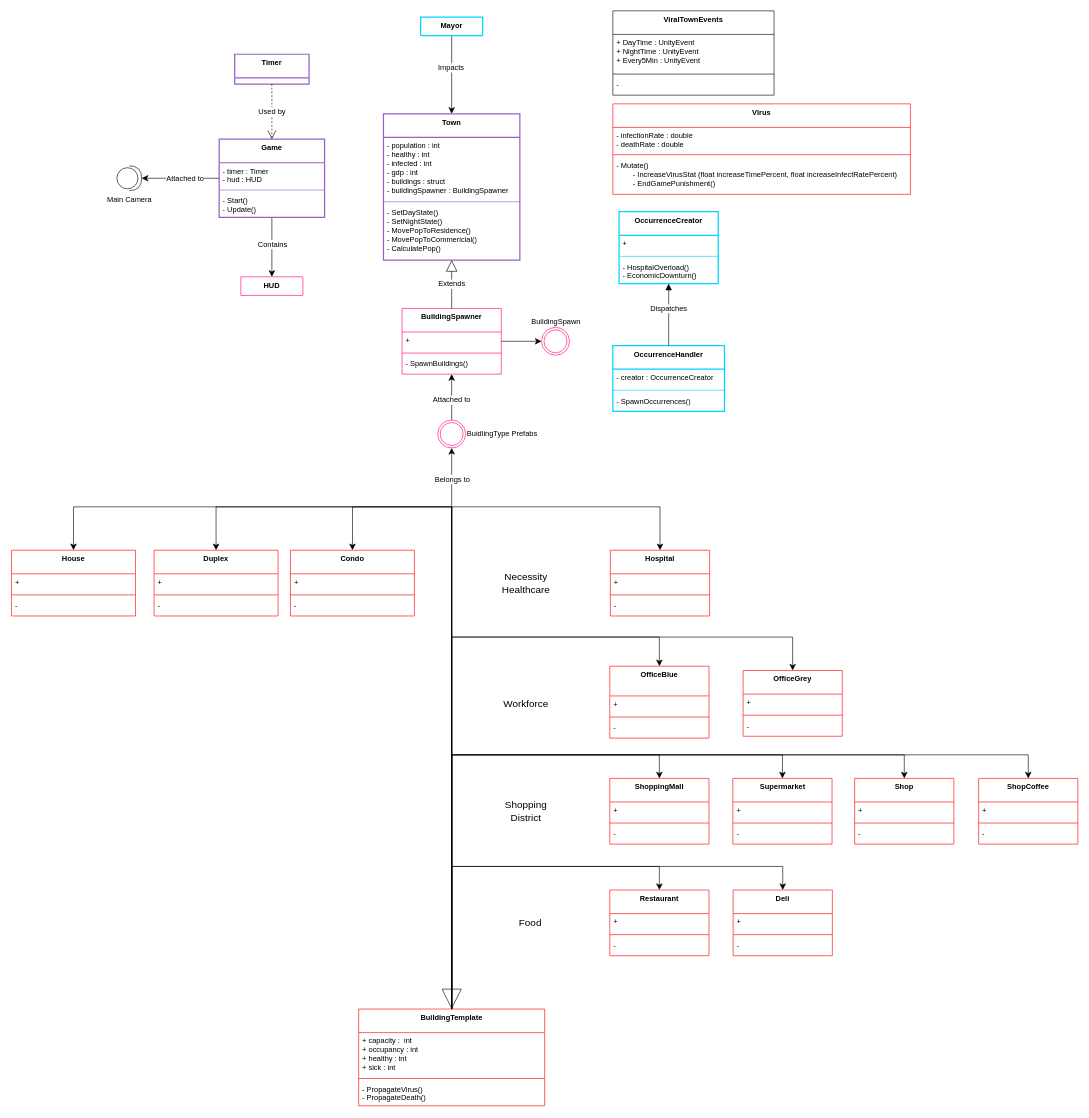
Above: page "GroupEffort v1.1 (colored)" (4 of 5) of ViralTownDiagram.drawio in Andy-Estevez/BMCC-Viral-Town (draw.io), before the change. Source tidied: cells renumbered, new cells numbered last; positions are measured from the earlier drawing's top-left corner, leaving out a move shared by most shapes. Both pictures are drawn from the tidied source at 62%, with x=0, y=0 at pixel (11, 11).
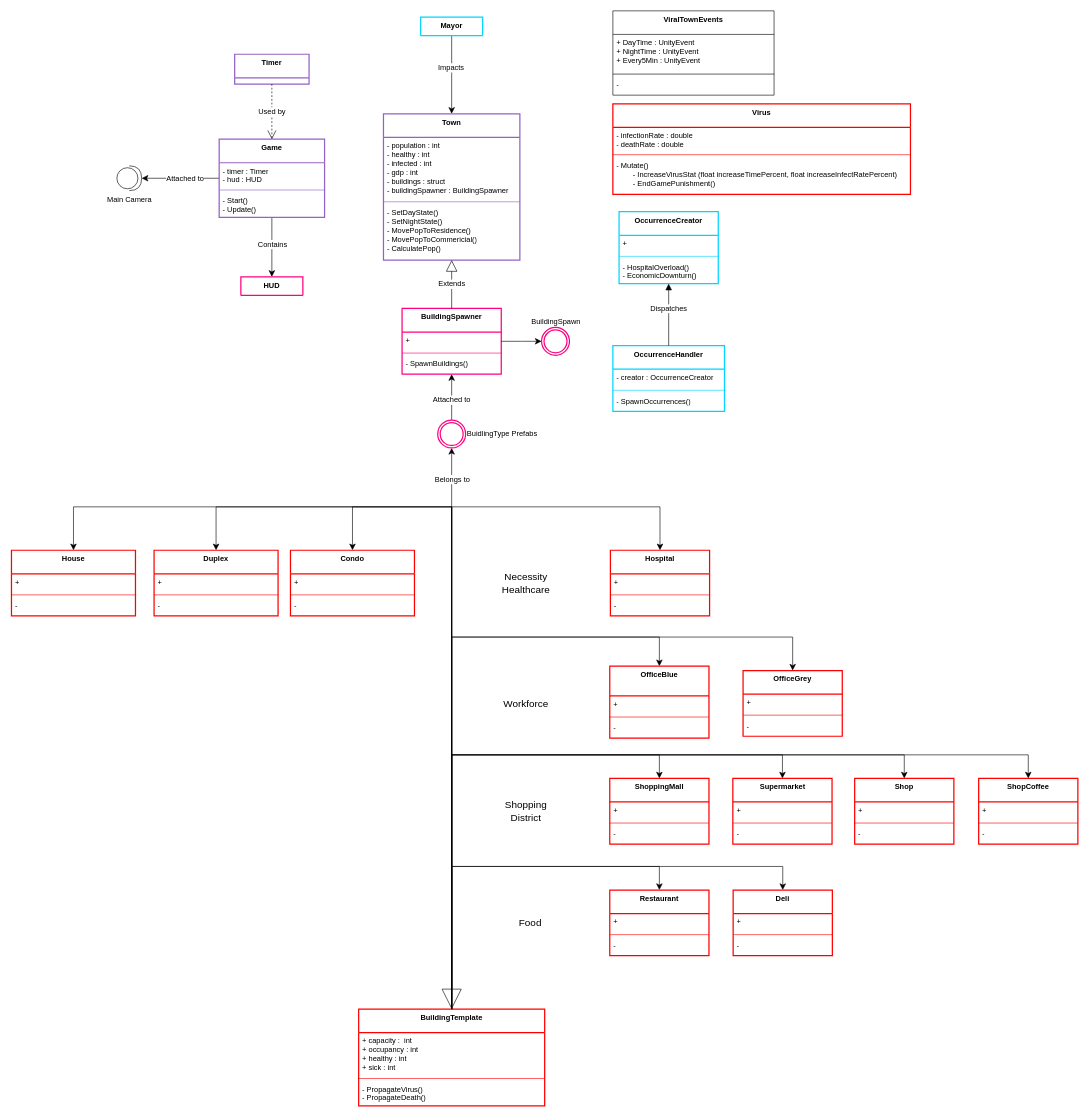
Above is the later version.

Diff of the diagram source:
```diff
@@
-    <mxCell id="10" value="BuildingTemplate" style="swimlane;fontStyle=1;align=center;verticalAlign=top;horizontal=1;startSize=38;whiteSpace=wrap;html=1;strokeColor=#FF0000;" parent="1" vertex="1">
+    <mxCell id="10" value="BuildingTemplate" style="swimlane;fontStyle=1;align=center;verticalAlign=top;horizontal=1;startSize=38;whiteSpace=wrap;html=1;strokeColor=#FF0000;strokeWidth=2;" parent="1" vertex="1">
       <mxGeometry x="560" y="1610" width="300" height="156" as="geometry" />
     </mxCell>
@@
-    <mxCell id="24" value="OfficeBlue&lt;div&gt;&lt;/div&gt;" style="swimlane;fontStyle=1;align=center;verticalAlign=top;horizontal=1;startSize=48;whiteSpace=wrap;html=1;strokeColor=#FF0000;" parent="1" vertex="1">
+    <mxCell id="24" value="OfficeBlue&lt;div&gt;&lt;/div&gt;" style="swimlane;fontStyle=1;align=center;verticalAlign=top;horizontal=1;startSize=48;whiteSpace=wrap;html=1;strokeColor=#FF0000;strokeWidth=2;" parent="1" vertex="1">
       <mxGeometry x="965" y="1057" width="160" height="116" as="geometry" />
     </mxCell>
@@
-    <mxCell id="28" value="Hospital" style="swimlane;fontStyle=1;align=center;verticalAlign=top;horizontal=1;startSize=38;whiteSpace=wrap;html=1;strokeColor=#FF0000;" parent="1" vertex="1">
+    <mxCell id="28" value="Hospital" style="swimlane;fontStyle=1;align=center;verticalAlign=top;horizontal=1;startSize=38;whiteSpace=wrap;html=1;strokeColor=#FF0000;strokeWidth=2;" parent="1" vertex="1">
       <mxGeometry x="966" y="870" width="160" height="106" as="geometry" />
     </mxCell>
@@
-    <mxCell id="35" value="ShoppingMall" style="swimlane;fontStyle=1;align=center;verticalAlign=top;horizontal=1;startSize=38;whiteSpace=wrap;html=1;strokeColor=#FF0000;" parent="1" vertex="1">
+    <mxCell id="35" value="ShoppingMall" style="swimlane;fontStyle=1;align=center;verticalAlign=top;horizontal=1;startSize=38;whiteSpace=wrap;html=1;strokeColor=#FF0000;strokeWidth=2;" parent="1" vertex="1">
       <mxGeometry x="965" y="1238" width="160" height="106" as="geometry" />
     </mxCell>
@@
-    <mxCell id="40" value="Restaurant" style="swimlane;fontStyle=1;align=center;verticalAlign=top;horizontal=1;startSize=38;whiteSpace=wrap;html=1;strokeColor=#FF0000;" parent="1" vertex="1">
+    <mxCell id="40" value="Restaurant" style="swimlane;fontStyle=1;align=center;verticalAlign=top;horizontal=1;startSize=38;whiteSpace=wrap;html=1;strokeColor=#FF0000;strokeWidth=2;" parent="1" vertex="1">
       <mxGeometry x="965" y="1418" width="160" height="106" as="geometry" />
     </mxCell>
@@
-    <mxCell id="44" value="Deli" style="swimlane;fontStyle=1;align=center;verticalAlign=top;horizontal=1;startSize=38;whiteSpace=wrap;html=1;strokeColor=#FF0000;" parent="1" vertex="1">
+    <mxCell id="44" value="Deli" style="swimlane;fontStyle=1;align=center;verticalAlign=top;horizontal=1;startSize=38;whiteSpace=wrap;html=1;strokeColor=#FF0000;strokeWidth=2;" parent="1" vertex="1">
       <mxGeometry x="1164" y="1418" width="160" height="106" as="geometry" />
     </mxCell>
@@
-    <mxCell id="48" value="Supermarket" style="swimlane;fontStyle=1;align=center;verticalAlign=top;horizontal=1;startSize=38;whiteSpace=wrap;html=1;strokeColor=#FF0000;" parent="1" vertex="1">
+    <mxCell id="48" value="Supermarket" style="swimlane;fontStyle=1;align=center;verticalAlign=top;horizontal=1;startSize=38;whiteSpace=wrap;html=1;strokeColor=#FF0000;strokeWidth=2;" parent="1" vertex="1">
       <mxGeometry x="1163.5" y="1238" width="160" height="106" as="geometry" />
     </mxCell>
@@
-    <mxCell id="52" value="Shop" style="swimlane;fontStyle=1;align=center;verticalAlign=top;horizontal=1;startSize=38;whiteSpace=wrap;html=1;strokeColor=#FF0000;" parent="1" vertex="1">
+    <mxCell id="52" value="Shop" style="swimlane;fontStyle=1;align=center;verticalAlign=top;horizontal=1;startSize=38;whiteSpace=wrap;html=1;strokeColor=#FF0000;strokeWidth=2;" parent="1" vertex="1">
       <mxGeometry x="1360" y="1238" width="160" height="106" as="geometry" />
     </mxCell>
@@
-    <mxCell id="56" value="Virus" style="swimlane;fontStyle=1;align=center;verticalAlign=top;horizontal=1;startSize=38;whiteSpace=wrap;html=1;strokeColor=#ff0000;" parent="1" vertex="1">
+    <mxCell id="56" value="Virus" style="swimlane;fontStyle=1;align=center;verticalAlign=top;horizontal=1;startSize=38;whiteSpace=wrap;html=1;strokeColor=#ff0000;strokeWidth=2;" parent="1" vertex="1">
       <mxGeometry x="970" y="150" width="480" height="146" as="geometry" />
     </mxCell>
@@
-    <mxCell id="71" value="HUD" style="swimlane;fontStyle=1;align=center;verticalAlign=top;horizontal=1;startSize=38;whiteSpace=wrap;html=1;strokeColor=#FF0080;" parent="1" vertex="1" collapsed="1">
+    <mxCell id="71" value="HUD" style="swimlane;fontStyle=1;align=center;verticalAlign=top;horizontal=1;startSize=38;whiteSpace=wrap;html=1;strokeColor=#FF0080;strokeWidth=2;" parent="1" vertex="1" collapsed="1">
       <mxGeometry x="370" y="429" width="100" height="30" as="geometry" />
     </mxCell>
@@
-    <mxCell id="77" value="House" style="swimlane;fontStyle=1;align=center;verticalAlign=top;horizontal=1;startSize=38;whiteSpace=wrap;html=1;fillColor=default;swimlaneFillColor=none;gradientColor=none;strokeColor=#FF0000;" parent="1" vertex="1">
+    <mxCell id="77" value="House" style="swimlane;fontStyle=1;align=center;verticalAlign=top;horizontal=1;startSize=38;whiteSpace=wrap;html=1;fillColor=default;swimlaneFillColor=none;gradientColor=none;strokeColor=#FF0000;strokeWidth=2;" parent="1" vertex="1">
       <mxGeometry y="870" width="200" height="106" as="geometry" />
     </mxCell>
@@
-    <mxCell id="81" value="Duplex" style="swimlane;fontStyle=1;align=center;verticalAlign=top;horizontal=1;startSize=38;whiteSpace=wrap;html=1;strokeColor=#FF0000;" parent="1" vertex="1">
+    <mxCell id="81" value="Duplex" style="swimlane;fontStyle=1;align=center;verticalAlign=top;horizontal=1;startSize=38;whiteSpace=wrap;html=1;strokeColor=#FF0000;strokeWidth=2;" parent="1" vertex="1">
       <mxGeometry x="230" y="870" width="200" height="106" as="geometry" />
     </mxCell>
@@
-    <mxCell id="85" value="Condo" style="swimlane;fontStyle=1;align=center;verticalAlign=top;horizontal=1;startSize=38;whiteSpace=wrap;html=1;strokeColor=#FF0000;" parent="1" vertex="1">
+    <mxCell id="85" value="Condo" style="swimlane;fontStyle=1;align=center;verticalAlign=top;horizontal=1;startSize=38;whiteSpace=wrap;html=1;strokeColor=#FF0000;strokeWidth=2;" parent="1" vertex="1">
       <mxGeometry x="450" y="870" width="200" height="106" as="geometry" />
     </mxCell>
@@
-    <mxCell id="94" value="OfficeGrey" style="swimlane;fontStyle=1;align=center;verticalAlign=top;horizontal=1;startSize=38;whiteSpace=wrap;html=1;strokeColor=#FF0000;" parent="1" vertex="1">
+    <mxCell id="94" value="OfficeGrey" style="swimlane;fontStyle=1;align=center;verticalAlign=top;horizontal=1;startSize=38;whiteSpace=wrap;html=1;strokeColor=#FF0000;strokeWidth=2;" parent="1" vertex="1">
       <mxGeometry x="1180" y="1064" width="160" height="106" as="geometry" />
     </mxCell>
@@
-    <mxCell id="98" value="ShopCoffee" style="swimlane;fontStyle=1;align=center;verticalAlign=top;horizontal=1;startSize=38;whiteSpace=wrap;html=1;strokeColor=#FF0000;" parent="1" vertex="1">
+    <mxCell id="98" value="ShopCoffee" style="swimlane;fontStyle=1;align=center;verticalAlign=top;horizontal=1;startSize=38;whiteSpace=wrap;html=1;strokeColor=#FF0000;strokeWidth=2;" parent="1" vertex="1">
       <mxGeometry x="1560" y="1238" width="160" height="106" as="geometry" />
     </mxCell>
@@
-    <mxCell id="102" value="BuildingSpawner" style="swimlane;fontStyle=1;align=center;verticalAlign=top;horizontal=1;startSize=38;whiteSpace=wrap;html=1;strokeColor=#FF0080;" parent="1" vertex="1">
+    <mxCell id="102" value="BuildingSpawner" style="swimlane;fontStyle=1;align=center;verticalAlign=top;horizontal=1;startSize=38;whiteSpace=wrap;html=1;strokeColor=#FF0080;strokeWidth=2;" parent="1" vertex="1">
       <mxGeometry x="630" y="480" width="160" height="106" as="geometry" />
     </mxCell>
@@
-    <mxCell id="106" value="BuildingSpawn" style="ellipse;html=1;shape=endState;align=center;verticalAlign=bottom;fontFamily=Helvetica;fontSize=12;strokeColor=#FF0080;fillColor=none;labelPosition=center;verticalLabelPosition=top;" parent="1" vertex="1">
+    <mxCell id="106" value="BuildingSpawn" style="ellipse;html=1;shape=endState;align=center;verticalAlign=bottom;fontFamily=Helvetica;fontSize=12;strokeColor=#FF0080;fillColor=none;labelPosition=center;verticalLabelPosition=top;strokeWidth=2;" parent="1" vertex="1">
       <mxGeometry x="855" y="510.5" width="45" height="45" as="geometry" />
     </mxCell>
@@
-    <mxCell id="110" value="BuidlingType Prefabs" style="ellipse;html=1;shape=endState;align=left;verticalAlign=middle;fontFamily=Helvetica;fontSize=12;strokeColor=#FF0080;fillColor=none;labelPosition=right;verticalLabelPosition=middle;" parent="1" vertex="1">
+    <mxCell id="110" value="BuidlingType Prefabs" style="ellipse;html=1;shape=endState;align=left;verticalAlign=middle;fontFamily=Helvetica;fontSize=12;strokeColor=#FF0080;fillColor=none;labelPosition=right;verticalLabelPosition=middle;strokeWidth=2;" parent="1" vertex="1">
       <mxGeometry x="687.5" y="660" width="45" height="45" as="geometry" />
     </mxCell>
```
